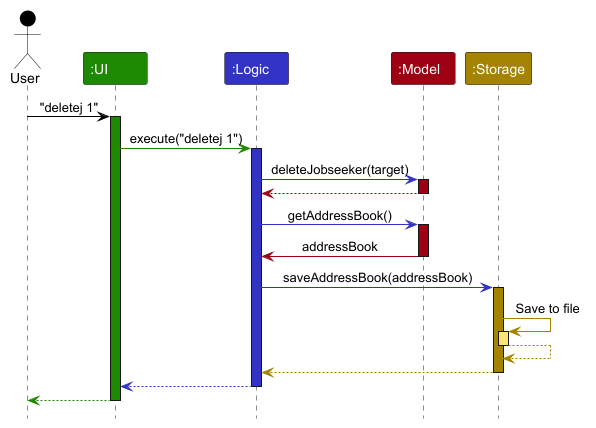
AY2627S1-CS2103T-F10-4/tp keeps this PlantUML diagram as docs/images/ArchitectureSequenceDiagram.png. Above is the earlier version.
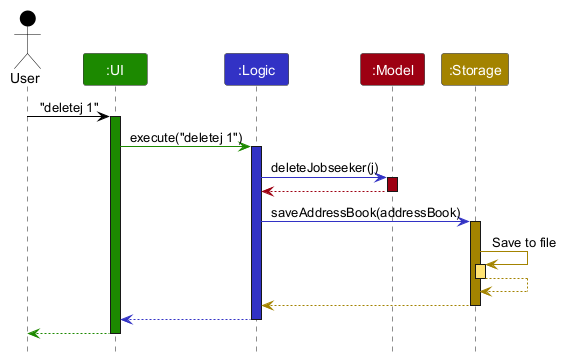
Later version of the same file.

The edit, as a diff of the source:
```diff
@@ -14,16 +14,10 @@
 ui -[UI_COLOR]> logic : execute("deletej 1")
 activate logic LOGIC_COLOR
 
-logic -[LOGIC_COLOR]> model : deleteJobseeker(target)
+logic -[LOGIC_COLOR]> model : deleteJobseeker(j)
 activate model MODEL_COLOR
 
 model -[MODEL_COLOR]-> logic
-deactivate model
-
-logic -[LOGIC_COLOR]> model : getAddressBook()
-activate model MODEL_COLOR
-
-model -[MODEL_COLOR]> logic : addressBook
 deactivate model
 
 logic -[LOGIC_COLOR]> storage : saveAddressBook(addressBook)
```
